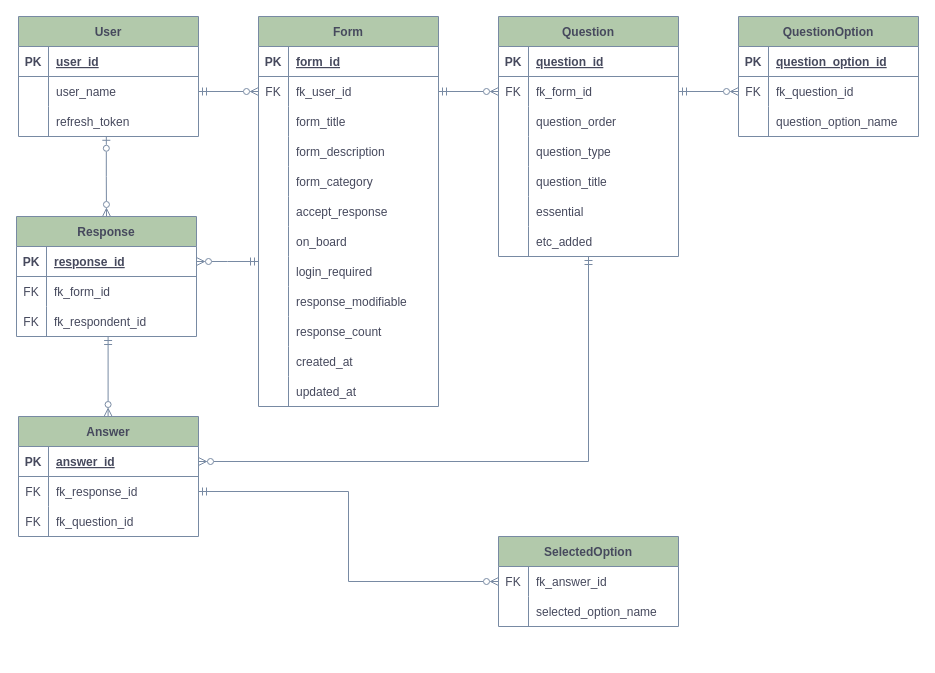
beepbipbp/BosstForm_Migration_MySQL keeps this draw.io diagram as server/docs/erd.drawio. Above is the earlier version. Source tidied: cells renumbered, new cells numbered last; positions are measured from the earlier drawing's top-left corner, leaving out a move shared by most shapes. Both pictures are drawn from the tidied source at 100%, with x=0, y=0 at pixel (16, 16).
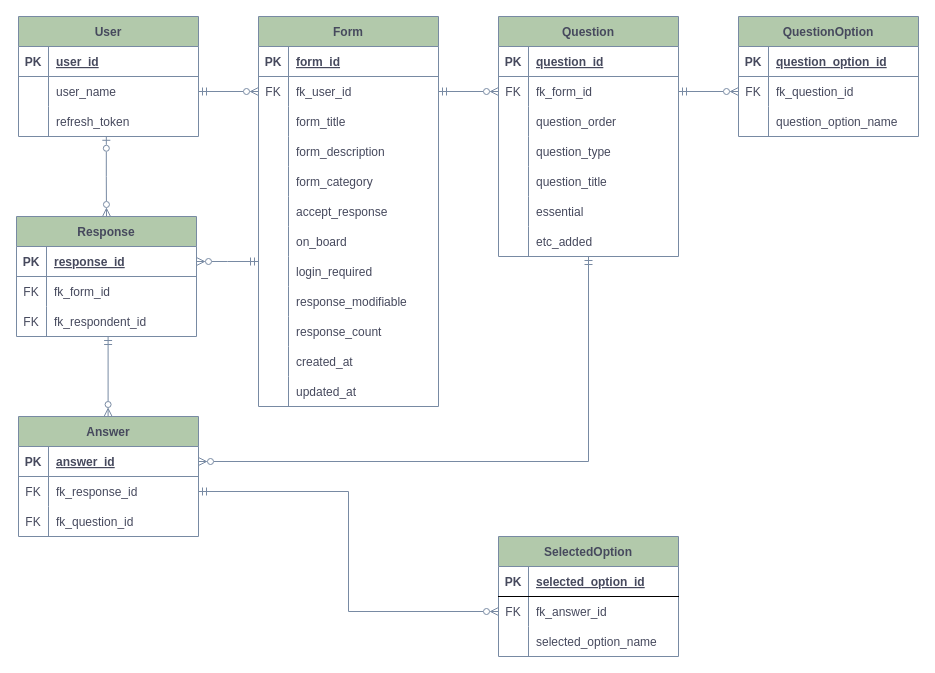
Above is the later version.

What changed in the source:
```diff
@@
     <mxCell id="101" value="SelectedOption" style="shape=table;startSize=30;childLayout=tableLayout;rowLines=0;fontStyle=1;align=center;strokeColor=#788AA3;fontColor=#46495D;fillColor=#B2C9AB;labelBackgroundColor=none;" parent="1" vertex="1">
-      <mxGeometry x="482" y="520" width="180" height="90" as="geometry" />
+      <mxGeometry x="482" y="520" width="180" height="120" as="geometry" />
     </mxCell>
+    <mxCell id="116" style="shape=tableRow;horizontal=0;startSize=0;swimlaneHead=0;swimlaneBody=0;fillColor=none;top=0;left=0;right=0;bottom=1;" parent="101" vertex="1">
+      <mxGeometry y="30" width="180" height="30" as="geometry" />
+    </mxCell>
+    <mxCell id="117" value="PK" style="shape=partialRectangle;fillColor=none;top=0;left=0;bottom=0;right=0;fontStyle=1;overflow=hidden;fontColor=#46495d;" parent="116" vertex="1">
+      <mxGeometry width="30" height="30" as="geometry" />
+    </mxCell>
+    <mxCell id="118" value="selected_option_id" style="shape=partialRectangle;fillColor=none;top=0;left=0;bottom=0;right=0;align=left;spacingLeft=6;fontStyle=5;overflow=hidden;fontColor=#46495d;" parent="116" vertex="1">
+      <mxGeometry x="30" width="150" height="30" as="geometry" />
+    </mxCell>
     <mxCell id="102" style="shape=tableRow;horizontal=0;startSize=0;swimlaneHead=0;swimlaneBody=0;fillColor=none;points=[[0,0.5],[1,0.5]];portConstraint=eastwest;top=0;left=0;right=0;bottom=0;strokeColor=#788AA3;fontColor=#46495D;labelBackgroundColor=none;" parent="101" vertex="1">
-      <mxGeometry y="30" width="180" height="30" as="geometry" />
+      <mxGeometry y="60" width="180" height="30" as="geometry" />
     </mxCell>
@@
     <mxCell id="105" style="shape=tableRow;horizontal=0;startSize=0;swimlaneHead=0;swimlaneBody=0;fillColor=none;top=0;left=0;right=0;bottom=0;strokeColor=#788AA3;fontColor=#46495D;labelBackgroundColor=none;" parent="101" vertex="1">
-      <mxGeometry y="60" width="180" height="30" as="geometry" />
+      <mxGeometry y="90" width="180" height="30" as="geometry" />
     </mxCell>
```
